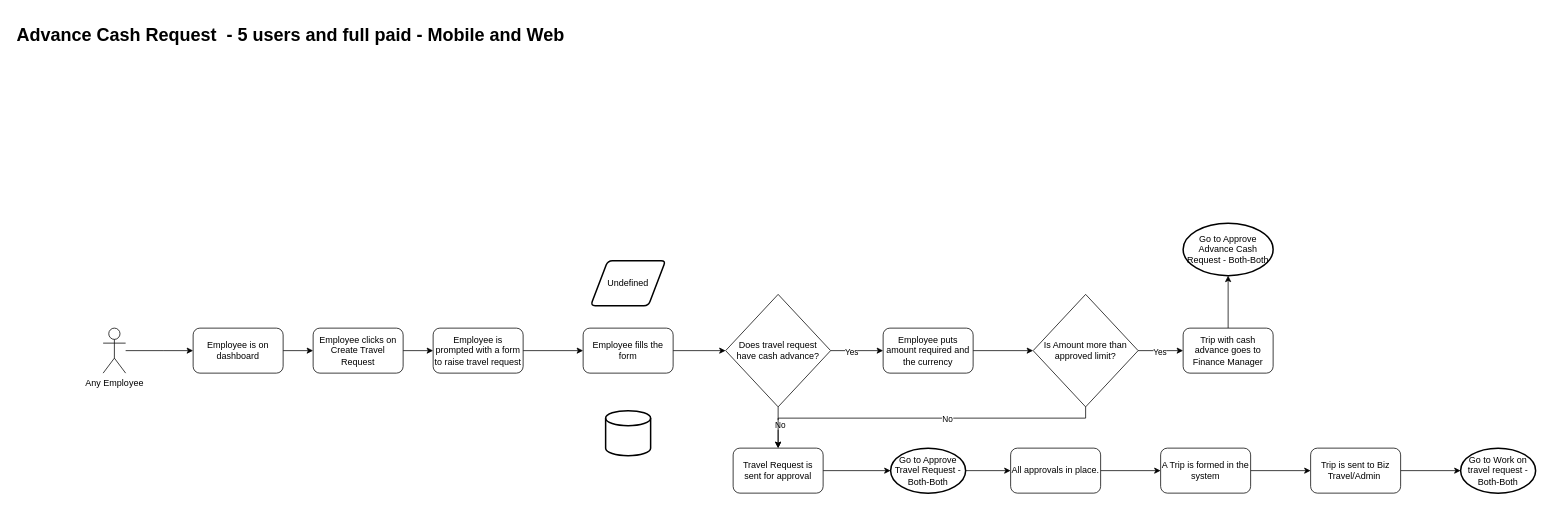
Before: page "Advance Cash Request - Both -Both" (6 of 18) of expensebooking.drawio in snair0410/resturantdesign, a draw.io diagram. Source tidied: cells renumbered, new cells numbered last; positions are measured from the earlier drawing's top-left corner, leaving out a move shared by most shapes. Both pictures are drawn from the tidied source at 75%, with x=0, y=0 at pixel (13, 20).
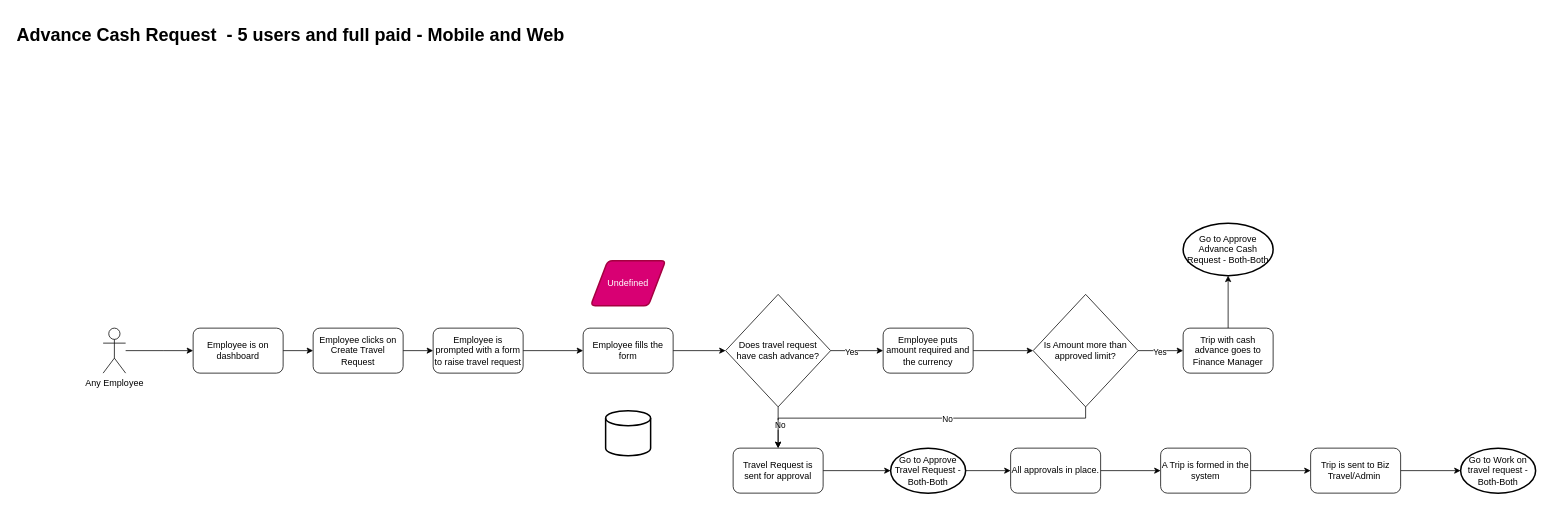
After the change.

Change to the diagram source:
```diff
@@
-    <mxCell id="12" value="Undefined" style="shape=parallelogram;html=1;strokeWidth=2;perimeter=parallelogramPerimeter;whiteSpace=wrap;rounded=1;arcSize=12;size=0.23;" parent="1" vertex="1">
+    <mxCell id="12" value="Undefined" style="shape=parallelogram;html=1;strokeWidth=2;perimeter=parallelogramPerimeter;whiteSpace=wrap;rounded=1;arcSize=12;size=0.23;fillColor=#d80073;fontColor=#ffffff;strokeColor=#A50040;" parent="1" vertex="1">
       <mxGeometry x="770" y="320" width="100" height="60" as="geometry" />
     </mxCell>
```
